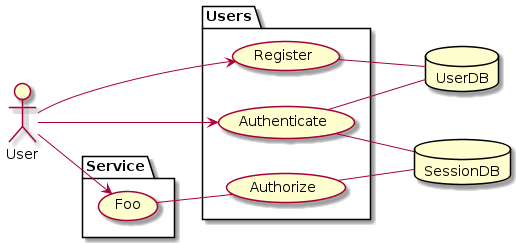
Above: docs/example.png in chayward1/users (PlantUML), before the change.
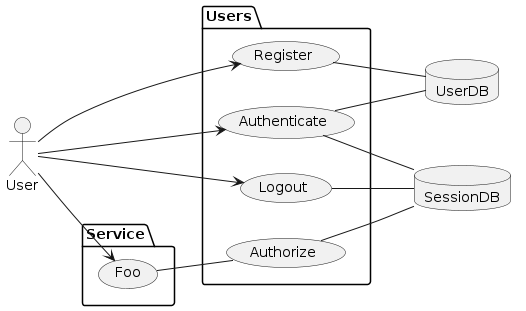
Above is the later version.

Commit message:
Add logout endpoint

The edit, as a diff of the source:
```diff
@@ -6,6 +6,7 @@
   usecase Register
   usecase Authenticate
   usecase Authorize
+  usecase Logout
 }
 
 Package Service {
@@ -25,4 +26,7 @@
 User --> Foo
 Foo -- Authorize
 Authorize -- SessionDB
+
+User --> Logout
+Logout -- SessionDB
 @enduml
```
